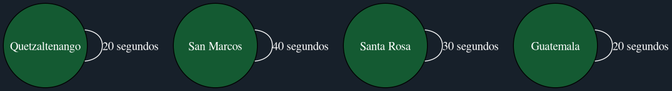
Before: Rapidito/ruta_mas_larga.png, a diagram exported from Graphviz (Marco131-xel/Edd_Proyecto2). Its source is kept beside it as Rapidito/ruta_mas_larga.dot.
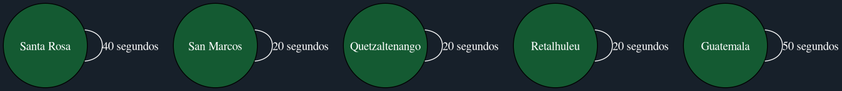
Later version of the same file.

The edit, as a diff of the source:
```diff
@@ -2,8 +2,9 @@
   bgcolor="#17202a";
   node [style=filled, fillcolor="#145a32", fontcolor="white", shape=circle, width=1.4, fixedsize=true];
   edge [color="white", fontcolor="white"];
+  "Santa Rosa" -- "Santa Rosa" [label="40 segundos"];
+  "San Marcos" -- "San Marcos" [label="20 segundos"];
   "Quetzaltenango" -- "Quetzaltenango" [label="20 segundos"];
-  "San Marcos" -- "San Marcos" [label="40 segundos"];
-  "Santa Rosa" -- "Santa Rosa" [label="30 segundos"];
-  "Guatemala" -- "Guatemala" [label="20 segundos"];
+  "Retalhuleu" -- "Retalhuleu" [label="20 segundos"];
+  "Guatemala" -- "Guatemala" [label="50 segundos"];
 }
```
